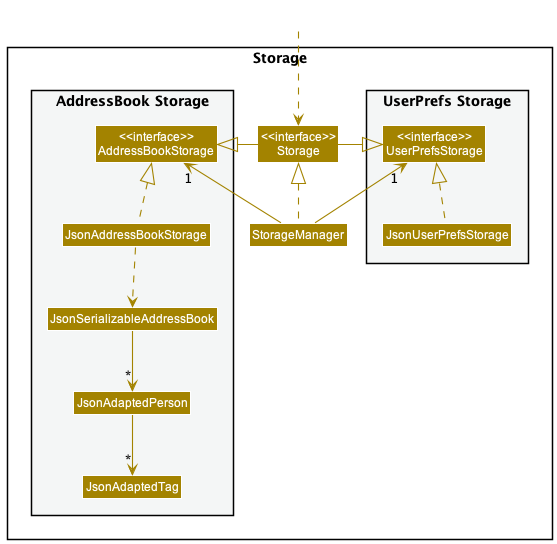
This is docs/images/StorageClassDiagram.png from nus-cs2103-AY2223S2/tp, a PlantUML export, as it was before one commit.
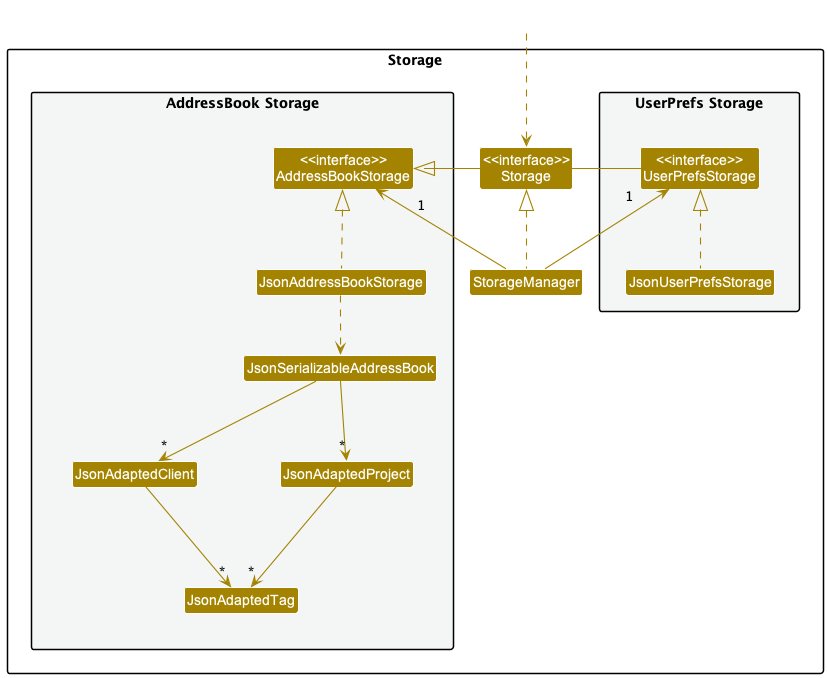
The same diagram one commit later.

Change to the diagram source:
```diff
@@ -18,7 +18,8 @@
 Class "<<interface>>\nAddressBookStorage" as AddressBookStorage
 Class JsonAddressBookStorage
 Class JsonSerializableAddressBook
-Class JsonAdaptedPerson
+Class JsonAdaptedClient
+class JsonAdaptedProject
 Class JsonAdaptedTag
 }
 
@@ -37,7 +38,9 @@
 JsonUserPrefsStorage .up.|> UserPrefsStorage
 JsonAddressBookStorage .up.|> AddressBookStorage
 JsonAddressBookStorage ..> JsonSerializableAddressBook
-JsonSerializableAddressBook --> "*" JsonAdaptedPerson
-JsonAdaptedPerson --> "*" JsonAdaptedTag
+JsonSerializableAddressBook --> "*" JsonAdaptedClient
+JsonSerializableAddressBook --> "*" JsonAdaptedProject
+JsonAdaptedClient --> "*" JsonAdaptedTag
+JsonAdaptedProject --> "*" JsonAdaptedTag
 
 @enduml
```
